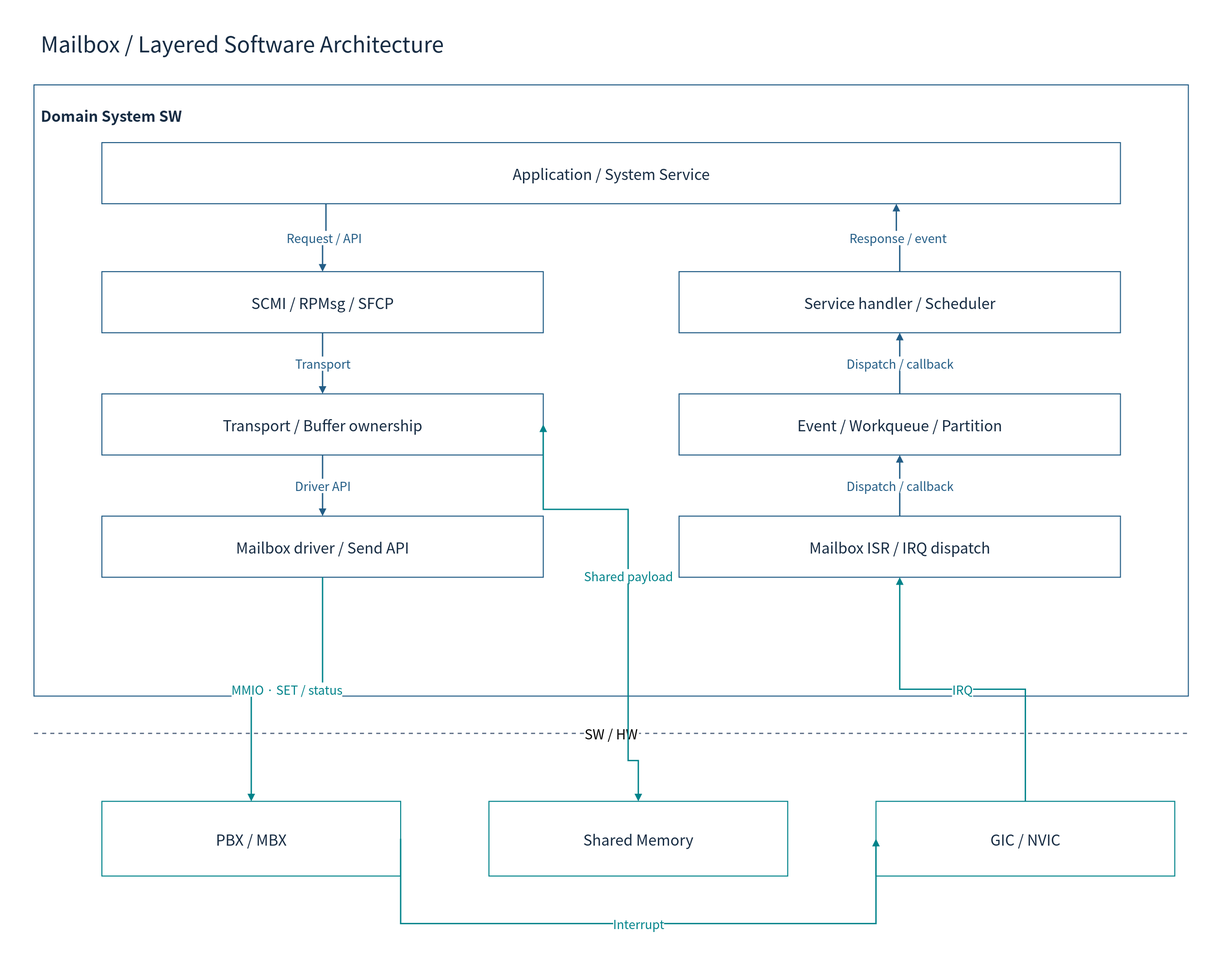
Before: doc/phase1/mailbox/diagrams/08-software-overview.drawio.svg, a diagram exported from draw.io (cometzero/project-apollo). Source tidied: cells renumbered, new cells last; positions are measured from the earlier drawing's top-left corner, leaving out a move shared by most shapes.
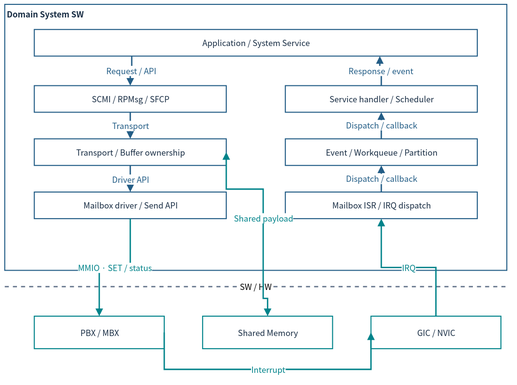
The same file after the commit.

The edit, as a diff of the source:
```diff
@@ -2,88 +2,82 @@
   <root>
     <mxCell id="0" />
     <mxCell id="1" parent="0" />
-    <mxCell id="2" style="rounded=0;whiteSpace=wrap;html=1;fillColor=#FFFFFF;strokeColor=none;strokeWidth=1.5;fontColor=#172C43;fontFamily=Noto Sans CJK KR;fontSize=22;spacing=10;" parent="1" vertex="1">
-      <mxGeometry width="1800" height="1420" as="geometry" />
-    </mxCell>
-    <mxCell id="3" value="Mailbox / Layered Software Architecture" style="rounded=0;whiteSpace=wrap;html=1;fillColor=#FFFFFF;strokeColor=none;strokeWidth=1.5;fontColor=#172C43;fontFamily=Noto Sans CJK KR;fontSize=22;spacing=10;fontSize=32;align=left;" parent="1" vertex="1">
-      <mxGeometry x="50" y="30" width="1700" height="65" as="geometry" />
-    </mxCell>
-    <mxCell id="4" value="Domain System SW" style="rounded=0;whiteSpace=wrap;html=1;fillColor=#FFFFFF;strokeColor=#235D86;strokeWidth=1.5;fontColor=#172C43;fontFamily=Noto Sans CJK KR;fontSize=22;spacing=10;verticalAlign=top;fontStyle=1;spacingTop=16;align=left;" parent="1" vertex="1">
-      <mxGeometry x="50" y="125" width="1700" height="900" as="geometry" />
+    <mxCell id="4" value="Domain System SW" style="rounded=0;whiteSpace=wrap;html=1;fillColor=#FFFFFF;strokeColor=#235D86;strokeWidth=1.5;fontColor=#172C43;fontFamily=Noto Sans CJK KR;verticalAlign=top;fontStyle=1;align=left;fontSize=12;spacing=3;whiteSpace=wrap;" parent="1" vertex="1">
+      <mxGeometry x="12" y="29.4" width="740" height="391.8" as="geometry" />
     </mxCell>
-    <mxCell id="5" value="Application / System Service" style="rounded=0;whiteSpace=wrap;html=1;fillColor=#FFFFFF;strokeColor=#235D86;strokeWidth=1.5;fontColor=#172C43;fontFamily=Noto Sans CJK KR;fontSize=22;spacing=10;" parent="4" vertex="1">
-      <mxGeometry x="100" y="85" width="1500" height="90" as="geometry" />
+    <mxCell id="5" value="Application / System Service" style="rounded=0;whiteSpace=wrap;html=1;fillColor=#FFFFFF;strokeColor=#235D86;strokeWidth=1.5;fontColor=#172C43;fontFamily=Noto Sans CJK KR;fontSize=12;spacing=3;whiteSpace=wrap;" parent="4" vertex="1">
+      <mxGeometry x="43.5" y="37" width="652.9" height="39.2" as="geometry" />
     </mxCell>
-    <mxCell id="6" value="SCMI / RPMsg / SFCP" style="rounded=0;whiteSpace=wrap;html=1;fillColor=#FFFFFF;strokeColor=#235D86;strokeWidth=1.5;fontColor=#172C43;fontFamily=Noto Sans CJK KR;fontSize=22;spacing=10;" parent="4" vertex="1">
-      <mxGeometry x="100" y="275" width="650" height="90" as="geometry" />
+    <mxCell id="6" value="SCMI / RPMsg / SFCP" style="rounded=0;whiteSpace=wrap;html=1;fillColor=#FFFFFF;strokeColor=#235D86;strokeWidth=1.5;fontColor=#172C43;fontFamily=Noto Sans CJK KR;fontSize=12;spacing=3;whiteSpace=wrap;" parent="4" vertex="1">
+      <mxGeometry x="43.5" y="119.7" width="282.9" height="39.2" as="geometry" />
     </mxCell>
-    <mxCell id="7" value="Transport / Buffer ownership" style="rounded=0;whiteSpace=wrap;html=1;fillColor=#FFFFFF;strokeColor=#235D86;strokeWidth=1.5;fontColor=#172C43;fontFamily=Noto Sans CJK KR;fontSize=22;spacing=10;" parent="4" vertex="1">
-      <mxGeometry x="100" y="455" width="650" height="90" as="geometry" />
+    <mxCell id="7" value="Transport / Buffer ownership" style="rounded=0;whiteSpace=wrap;html=1;fillColor=#FFFFFF;strokeColor=#235D86;strokeWidth=1.5;fontColor=#172C43;fontFamily=Noto Sans CJK KR;fontSize=12;spacing=3;whiteSpace=wrap;" parent="4" vertex="1">
+      <mxGeometry x="43.5" y="198.1" width="282.9" height="39.2" as="geometry" />
     </mxCell>
-    <mxCell id="8" value="Mailbox driver / Send API" style="rounded=0;whiteSpace=wrap;html=1;fillColor=#FFFFFF;strokeColor=#235D86;strokeWidth=1.5;fontColor=#172C43;fontFamily=Noto Sans CJK KR;fontSize=22;spacing=10;" parent="4" vertex="1">
-      <mxGeometry x="100" y="635" width="650" height="90" as="geometry" />
+    <mxCell id="8" value="Mailbox driver / Send API" style="rounded=0;whiteSpace=wrap;html=1;fillColor=#FFFFFF;strokeColor=#235D86;strokeWidth=1.5;fontColor=#172C43;fontFamily=Noto Sans CJK KR;fontSize=12;spacing=3;whiteSpace=wrap;" parent="4" vertex="1">
+      <mxGeometry x="43.5" y="276.4" width="282.9" height="39.2" as="geometry" />
     </mxCell>
-    <mxCell id="9" value="Service handler / Scheduler" style="rounded=0;whiteSpace=wrap;html=1;fillColor=#FFFFFF;strokeColor=#235D86;strokeWidth=1.5;fontColor=#172C43;fontFamily=Noto Sans CJK KR;fontSize=22;spacing=10;" parent="4" vertex="1">
-      <mxGeometry x="950" y="275" width="650" height="90" as="geometry" />
+    <mxCell id="9" value="Service handler / Scheduler" style="rounded=0;whiteSpace=wrap;html=1;fillColor=#FFFFFF;strokeColor=#235D86;strokeWidth=1.5;fontColor=#172C43;fontFamily=Noto Sans CJK KR;fontSize=12;spacing=3;whiteSpace=wrap;" parent="4" vertex="1">
+      <mxGeometry x="413.5" y="119.7" width="282.9" height="39.2" as="geometry" />
     </mxCell>
-    <mxCell id="10" value="Event / Workqueue / Partition" style="rounded=0;whiteSpace=wrap;html=1;fillColor=#FFFFFF;strokeColor=#235D86;strokeWidth=1.5;fontColor=#172C43;fontFamily=Noto Sans CJK KR;fontSize=22;spacing=10;" parent="4" vertex="1">
-      <mxGeometry x="950" y="455" width="650" height="90" as="geometry" />
+    <mxCell id="10" value="Event / Workqueue / Partition" style="rounded=0;whiteSpace=wrap;html=1;fillColor=#FFFFFF;strokeColor=#235D86;strokeWidth=1.5;fontColor=#172C43;fontFamily=Noto Sans CJK KR;fontSize=12;spacing=3;whiteSpace=wrap;" parent="4" vertex="1">
+      <mxGeometry x="413.5" y="198.1" width="282.9" height="39.2" as="geometry" />
     </mxCell>
-    <mxCell id="11" value="Mailbox ISR / IRQ dispatch" style="rounded=0;whiteSpace=wrap;html=1;fillColor=#FFFFFF;strokeColor=#235D86;strokeWidth=1.5;fontColor=#172C43;fontFamily=Noto Sans CJK KR;fontSize=22;spacing=10;" parent="4" vertex="1">
-      <mxGeometry x="950" y="635" width="650" height="90" as="geometry" />
+    <mxCell id="11" value="Mailbox ISR / IRQ dispatch" style="rounded=0;whiteSpace=wrap;html=1;fillColor=#FFFFFF;strokeColor=#235D86;strokeWidth=1.5;fontColor=#172C43;fontFamily=Noto Sans CJK KR;fontSize=12;spacing=3;whiteSpace=wrap;" parent="4" vertex="1">
+      <mxGeometry x="413.5" y="276.4" width="282.9" height="39.2" as="geometry" />
     </mxCell>
-    <mxCell id="12" value="Request / API" style="edgeStyle=orthogonalEdgeStyle;rounded=0;html=1;endArrow=block;endFill=1;strokeWidth=2;strokeColor=#235D86;fontColor=#235D86;fontFamily=Noto Sans CJK KR;fontSize=18;labelBackgroundColor=#FFFFFF;exitX=0.22;exitY=1;entryX=0.5;entryY=0;" parent="1" edge="1" source="5" target="6">
+    <mxCell id="12" value="Request / API" style="edgeStyle=orthogonalEdgeStyle;rounded=0;html=1;endArrow=block;endFill=1;strokeWidth=2;strokeColor=#235D86;fontColor=#235D86;fontFamily=Noto Sans CJK KR;labelBackgroundColor=#FFFFFF;exitX=0.22;exitY=1;entryX=0.5;entryY=0;fontSize=12;spacing=3;whiteSpace=nowrap;" parent="1" edge="1" source="5" target="6">
       <mxGeometry relative="1" as="geometry" />
     </mxCell>
-    <mxCell id="13" value="Transport" style="edgeStyle=orthogonalEdgeStyle;rounded=0;html=1;endArrow=block;endFill=1;strokeWidth=2;strokeColor=#235D86;fontColor=#235D86;fontFamily=Noto Sans CJK KR;fontSize=18;labelBackgroundColor=#FFFFFF;exitX=0.5;exitY=1;entryX=0.5;entryY=0;" parent="1" edge="1" source="6" target="7">
+    <mxCell id="13" value="Transport" style="edgeStyle=orthogonalEdgeStyle;rounded=0;html=1;endArrow=block;endFill=1;strokeWidth=2;strokeColor=#235D86;fontColor=#235D86;fontFamily=Noto Sans CJK KR;labelBackgroundColor=#FFFFFF;exitX=0.5;exitY=1;entryX=0.5;entryY=0;fontSize=12;spacing=3;whiteSpace=nowrap;" parent="1" edge="1" source="6" target="7">
       <mxGeometry relative="1" as="geometry" />
     </mxCell>
-    <mxCell id="14" value="Driver API" style="edgeStyle=orthogonalEdgeStyle;rounded=0;html=1;endArrow=block;endFill=1;strokeWidth=2;strokeColor=#235D86;fontColor=#235D86;fontFamily=Noto Sans CJK KR;fontSize=18;labelBackgroundColor=#FFFFFF;exitX=0.5;exitY=1;entryX=0.5;entryY=0;" parent="1" edge="1" source="7" target="8">
+    <mxCell id="14" value="Driver API" style="edgeStyle=orthogonalEdgeStyle;rounded=0;html=1;endArrow=block;endFill=1;strokeWidth=2;strokeColor=#235D86;fontColor=#235D86;fontFamily=Noto Sans CJK KR;labelBackgroundColor=#FFFFFF;exitX=0.5;exitY=1;entryX=0.5;entryY=0;fontSize=12;spacing=3;whiteSpace=nowrap;" parent="1" edge="1" source="7" target="8">
       <mxGeometry relative="1" as="geometry" />
     </mxCell>
-    <mxCell id="15" value="Dispatch / callback" style="edgeStyle=orthogonalEdgeStyle;rounded=0;html=1;endArrow=block;endFill=1;strokeWidth=2;strokeColor=#235D86;fontColor=#235D86;fontFamily=Noto Sans CJK KR;fontSize=18;labelBackgroundColor=#FFFFFF;exitX=0.5;exitY=0;entryX=0.5;entryY=1;" parent="1" edge="1" source="10" target="9">
+    <mxCell id="15" value="Dispatch / callback" style="edgeStyle=orthogonalEdgeStyle;rounded=0;html=1;endArrow=block;endFill=1;strokeWidth=2;strokeColor=#235D86;fontColor=#235D86;fontFamily=Noto Sans CJK KR;labelBackgroundColor=#FFFFFF;exitX=0.5;exitY=0;entryX=0.5;entryY=1;fontSize=12;spacing=3;whiteSpace=nowrap;" parent="1" edge="1" source="10" target="9">
       <mxGeometry relative="1" as="geometry" />
     </mxCell>
-    <mxCell id="16" value="Dispatch / callback" style="edgeStyle=orthogonalEdgeStyle;rounded=0;html=1;endArrow=block;endFill=1;strokeWidth=2;strokeColor=#235D86;fontColor=#235D86;fontFamily=Noto Sans CJK KR;fontSize=18;labelBackgroundColor=#FFFFFF;exitX=0.5;exitY=0;entryX=0.5;entryY=1;" parent="1" edge="1" source="11" target="10">
+    <mxCell id="16" value="Dispatch / callback" style="edgeStyle=orthogonalEdgeStyle;rounded=0;html=1;endArrow=block;endFill=1;strokeWidth=2;strokeColor=#235D86;fontColor=#235D86;fontFamily=Noto Sans CJK KR;labelBackgroundColor=#FFFFFF;exitX=0.5;exitY=0;entryX=0.5;entryY=1;fontSize=12;spacing=3;whiteSpace=nowrap;" parent="1" edge="1" source="11" target="10">
       <mxGeometry relative="1" as="geometry" />
     </mxCell>
-    <mxCell id="17" value="Response / event" style="edgeStyle=orthogonalEdgeStyle;rounded=0;html=1;endArrow=block;endFill=1;strokeWidth=2;strokeColor=#235D86;fontColor=#235D86;fontFamily=Noto Sans CJK KR;fontSize=18;labelBackgroundColor=#FFFFFF;exitX=0.5;exitY=0;entryX=0.78;entryY=1;" parent="1" edge="1" source="9" target="5">
+    <mxCell id="17" value="Response / event" style="edgeStyle=orthogonalEdgeStyle;rounded=0;html=1;endArrow=block;endFill=1;strokeWidth=2;strokeColor=#235D86;fontColor=#235D86;fontFamily=Noto Sans CJK KR;labelBackgroundColor=#FFFFFF;exitX=0.5;exitY=0;entryX=0.78;entryY=1;fontSize=12;spacing=3;whiteSpace=nowrap;" parent="1" edge="1" source="9" target="5">
       <mxGeometry relative="1" as="geometry" />
     </mxCell>
-    <mxCell id="18" value="SW / HW" style="endArrow=none;dashed=1;strokeColor=#64748B;strokeWidth=2;fontSize=20;labelBackgroundColor=#FFFFFF;fontFamily=Noto Sans CJK KR;" parent="1" edge="1">
+    <mxCell id="18" value="SW / HW" style="endArrow=none;dashed=1;strokeColor=#64748B;strokeWidth=2;labelBackgroundColor=#FFFFFF;fontFamily=Noto Sans CJK KR;fontSize=12;spacing=3;whiteSpace=nowrap;" parent="1" edge="1">
       <mxGeometry relative="1" as="geometry">
-        <mxPoint x="50" y="1080" as="sourcePoint" />
-        <mxPoint x="1750" y="1080" as="targetPoint" />
+        <mxPoint x="12" y="445.1" as="sourcePoint" />
+        <mxPoint x="752" y="445.1" as="targetPoint" />
       </mxGeometry>
     </mxCell>
-    <mxCell id="19" value="PBX / MBX" style="rounded=0;whiteSpace=wrap;html=1;fillColor=#FFFFFF;strokeColor=#00838A;strokeWidth=1.5;fontColor=#172C43;fontFamily=Noto Sans CJK KR;fontSize=22;spacing=10;" parent="1" vertex="1">
-      <mxGeometry x="150" y="1180" width="440" height="110" as="geometry" />
+    <mxCell id="19" value="PBX / MBX" style="rounded=0;whiteSpace=wrap;html=1;fillColor=#FFFFFF;strokeColor=#00838A;strokeWidth=1.5;fontColor=#172C43;fontFamily=Noto Sans CJK KR;fontSize=12;spacing=3;whiteSpace=wrap;" parent="1" vertex="1">
+      <mxGeometry x="55.5" y="488.6" width="191.5" height="47.9" as="geometry" />
     </mxCell>
-    <mxCell id="20" value="Shared Memory" style="rounded=0;whiteSpace=wrap;html=1;fillColor=#FFFFFF;strokeColor=#00838A;strokeWidth=1.5;fontColor=#172C43;fontFamily=Noto Sans CJK KR;fontSize=22;spacing=10;" parent="1" vertex="1">
-      <mxGeometry x="720" y="1180" width="440" height="110" as="geometry" />
+    <mxCell id="20" value="Shared Memory" style="rounded=0;whiteSpace=wrap;html=1;fillColor=#FFFFFF;strokeColor=#00838A;strokeWidth=1.5;fontColor=#172C43;fontFamily=Noto Sans CJK KR;fontSize=12;spacing=3;whiteSpace=wrap;" parent="1" vertex="1">
+      <mxGeometry x="303.6" y="488.6" width="191.5" height="47.9" as="geometry" />
     </mxCell>
-    <mxCell id="21" value="GIC / NVIC" style="rounded=0;whiteSpace=wrap;html=1;fillColor=#FFFFFF;strokeColor=#00838A;strokeWidth=1.5;fontColor=#172C43;fontFamily=Noto Sans CJK KR;fontSize=22;spacing=10;" parent="1" vertex="1">
-      <mxGeometry x="1290" y="1180" width="440" height="110" as="geometry" />
+    <mxCell id="21" value="GIC / NVIC" style="rounded=0;whiteSpace=wrap;html=1;fillColor=#FFFFFF;strokeColor=#00838A;strokeWidth=1.5;fontColor=#172C43;fontFamily=Noto Sans CJK KR;fontSize=12;spacing=3;whiteSpace=wrap;" parent="1" vertex="1">
+      <mxGeometry x="551.8" y="488.6" width="191.5" height="47.9" as="geometry" />
     </mxCell>
-    <mxCell id="22" value="MMIO · SET / status" style="edgeStyle=orthogonalEdgeStyle;rounded=0;html=1;endArrow=block;endFill=1;strokeWidth=2;strokeColor=#00838A;fontColor=#00838A;fontFamily=Noto Sans CJK KR;fontSize=18;labelBackgroundColor=#FFFFFF;exitX=0.5;exitY=1;entryX=0.5;entryY=0;" parent="1" edge="1" source="8" target="19">
+    <mxCell id="22" value="MMIO · SET / status" style="edgeStyle=orthogonalEdgeStyle;rounded=0;html=1;endArrow=block;endFill=1;strokeWidth=2;strokeColor=#00838A;fontColor=#00838A;fontFamily=Noto Sans CJK KR;labelBackgroundColor=#FFFFFF;exitX=0.5;exitY=1;entryX=0.5;entryY=0;fontSize=12;spacing=3;whiteSpace=nowrap;" parent="1" edge="1" source="8" target="19">
       <mxGeometry relative="1" as="geometry" />
     </mxCell>
-    <mxCell id="23" value="IRQ" style="edgeStyle=orthogonalEdgeStyle;rounded=0;html=1;endArrow=block;endFill=1;strokeWidth=2;strokeColor=#00838A;fontColor=#00838A;fontFamily=Noto Sans CJK KR;fontSize=18;labelBackgroundColor=#FFFFFF;exitX=0.5;exitY=0;entryX=0.5;entryY=1;" parent="1" edge="1" source="21" target="11">
+    <mxCell id="23" value="IRQ" style="edgeStyle=orthogonalEdgeStyle;rounded=0;html=1;endArrow=block;endFill=1;strokeWidth=2;strokeColor=#00838A;fontColor=#00838A;fontFamily=Noto Sans CJK KR;labelBackgroundColor=#FFFFFF;exitX=0.5;exitY=0;entryX=0.5;entryY=1;fontSize=12;spacing=3;whiteSpace=nowrap;" parent="1" edge="1" source="21" target="11">
       <mxGeometry relative="1" as="geometry" />
     </mxCell>
-    <mxCell id="24" value="Interrupt" style="edgeStyle=orthogonalEdgeStyle;rounded=0;html=1;endArrow=block;endFill=1;strokeWidth=2;strokeColor=#00838A;fontColor=#00838A;fontFamily=Noto Sans CJK KR;fontSize=18;labelBackgroundColor=#FFFFFF;exitX=1;exitY=0.5;entryX=0;entryY=0.5;" parent="1" edge="1" source="19" target="21">
+    <mxCell id="24" value="Interrupt" style="edgeStyle=orthogonalEdgeStyle;rounded=0;html=1;endArrow=block;endFill=1;strokeWidth=2;strokeColor=#00838A;fontColor=#00838A;fontFamily=Noto Sans CJK KR;labelBackgroundColor=#FFFFFF;exitX=1;exitY=0.5;entryX=0;entryY=0.5;fontSize=12;spacing=3;whiteSpace=nowrap;" parent="1" edge="1" source="19" target="21">
       <mxGeometry relative="1" as="geometry">
         <Array as="points">
-          <mxPoint x="650" y="1360" />
-          <mxPoint x="1500" y="1360" />
+          <mxPoint x="273.2" y="567" />
+          <mxPoint x="643.2" y="567" />
         </Array>
       </mxGeometry>
     </mxCell>
-    <mxCell id="25" value="Shared payload" style="edgeStyle=orthogonalEdgeStyle;rounded=0;html=1;endArrow=block;endFill=1;strokeWidth=2;strokeColor=#00838A;fontColor=#00838A;fontFamily=Noto Sans CJK KR;fontSize=18;labelBackgroundColor=#FFFFFF;exitX=1;exitY=0.5;entryX=0.5;entryY=0;startArrow=block;startFill=1;" parent="1" edge="1" source="7" target="20">
+    <mxCell id="25" value="Shared payload" style="edgeStyle=orthogonalEdgeStyle;rounded=0;html=1;endArrow=block;endFill=1;strokeWidth=2;strokeColor=#00838A;fontColor=#00838A;fontFamily=Noto Sans CJK KR;labelBackgroundColor=#FFFFFF;exitX=1;exitY=0.5;entryX=0.5;entryY=0;startArrow=block;startFill=1;fontSize=12;spacing=3;whiteSpace=nowrap;" parent="1" edge="1" source="7" target="20">
       <mxGeometry relative="1" as="geometry">
         <Array as="points">
-          <mxPoint x="925" y="750" />
-          <mxPoint x="925" y="1120" />
+          <mxPoint x="392.9" y="301.5" />
+          <mxPoint x="392.9" y="462.5" />
         </Array>
       </mxGeometry>
     </mxCell>
```
